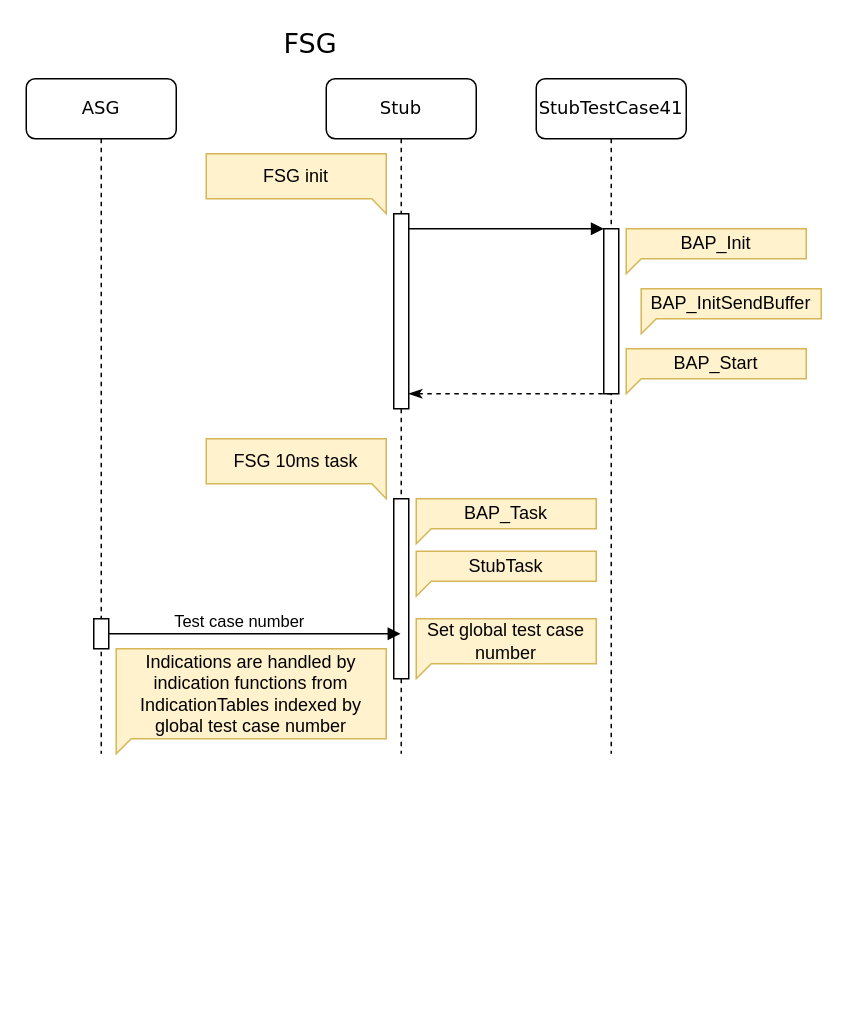
danielroehrborn/flow-design-cheatsheet keeps this draw.io diagram as ticket204newfsg.drawio. Above is the earlier version. Source tidied: cells renumbered, new cells numbered last; positions are measured from the earlier drawing's top-left corner, leaving out a move shared by most shapes. Both pictures are drawn from the tidied source at 150%, with x=0, y=0 at pixel (26, 26).
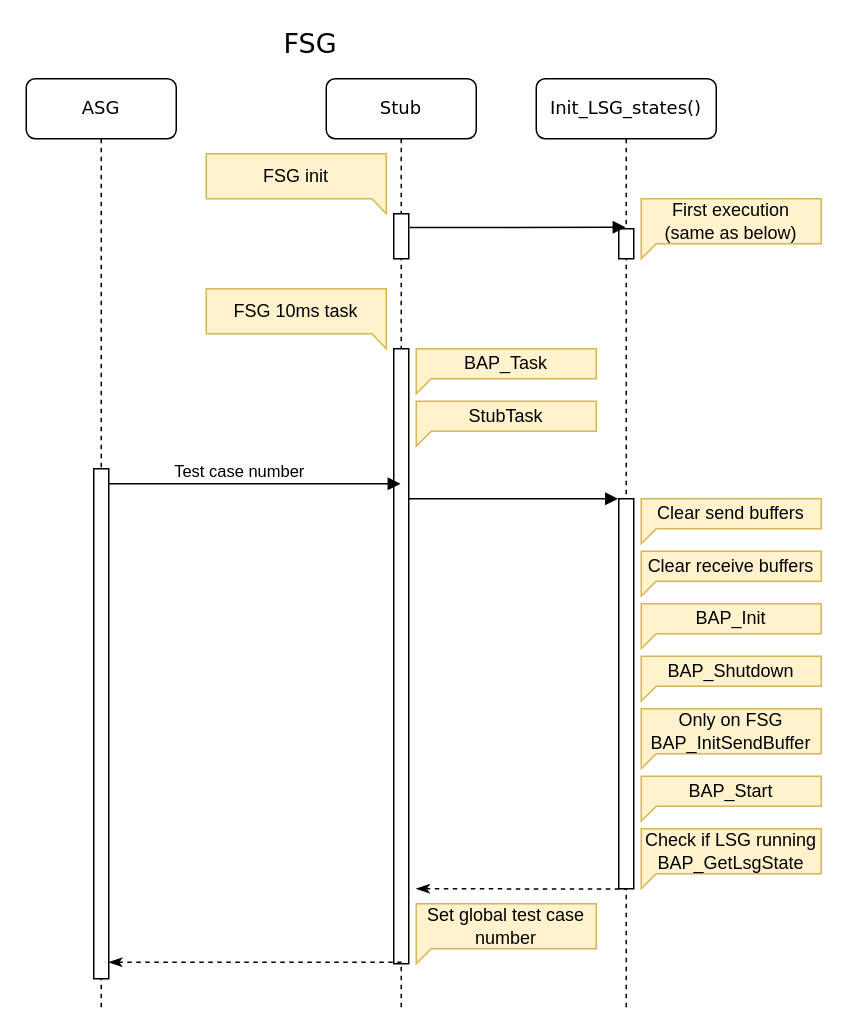
After the change.

What changed in the source:
```diff
@@
-    <mxCell id="2" value="StubTestCase41" style="shape=umlLifeline;perimeter=lifelinePerimeter;whiteSpace=wrap;html=1;outlineConnect=0;rounded=1;shadow=0;comic=0;labelBackgroundColor=none;strokeWidth=1;fontFamily=Verdana;fontSize=12;align=center;" parent="1" vertex="1">
-      <mxGeometry x="340" y="35" width="100" height="450" as="geometry" />
+    <mxCell id="2" value="Init_LSG_states()" style="shape=umlLifeline;perimeter=lifelinePerimeter;whiteSpace=wrap;html=1;outlineConnect=0;rounded=1;shadow=0;comic=0;labelBackgroundColor=none;strokeWidth=1;fontFamily=Verdana;fontSize=12;align=center;" parent="1" vertex="1">
+      <mxGeometry x="340" y="35" width="120" height="620" as="geometry" />
     </mxCell>
-    <mxCell id="3" style="html=1;perimeter=orthogonalPerimeter;rounded=0;shadow=0;comic=0;labelBackgroundColor=none;strokeWidth=1;fontFamily=Verdana;fontSize=12;align=center;" parent="2" vertex="1">
-      <mxGeometry x="45" y="100" width="10" height="110" as="geometry" />
-    </mxCell>
+    <mxCell id="23" style="html=1;perimeter=orthogonalPerimeter;rounded=0;shadow=0;comic=0;labelBackgroundColor=none;strokeWidth=1;fontFamily=Verdana;fontSize=12;align=center;" parent="2" vertex="1">
+      <mxGeometry x="55" y="280" width="10" height="260" as="geometry" />
+    </mxCell>
+    <mxCell id="24" style="html=1;perimeter=orthogonalPerimeter;rounded=0;shadow=0;comic=0;labelBackgroundColor=none;strokeWidth=1;fontFamily=Verdana;fontSize=12;align=center;" parent="2" vertex="1">
+      <mxGeometry x="55" y="100" width="10" height="20" as="geometry" />
+    </mxCell>
     <mxCell id="4" value="ASG" style="shape=umlLifeline;perimeter=lifelinePerimeter;whiteSpace=wrap;html=1;rounded=1;shadow=0;comic=0;labelBackgroundColor=none;strokeWidth=1;fontFamily=Verdana;fontSize=12;align=center;" parent="1" vertex="1">
-      <mxGeometry y="35" width="100" height="450" as="geometry" />
+      <mxGeometry y="35" width="100" height="620" as="geometry" />
     </mxCell>
     <mxCell id="5" style="html=1;points=[];perimeter=orthogonalPerimeter;rounded=0;shadow=0;comic=0;labelBackgroundColor=none;strokeWidth=1;fontFamily=Verdana;fontSize=12;align=center;" parent="4" vertex="1">
-      <mxGeometry x="45" y="360" width="10" height="20" as="geometry" />
+      <mxGeometry x="45" y="260" width="10" height="340" as="geometry" />
     </mxCell>
     <mxCell id="6" value="Stub" style="shape=umlLifeline;perimeter=lifelinePerimeter;whiteSpace=wrap;html=1;outlineConnect=0;rounded=1;shadow=0;comic=0;labelBackgroundColor=none;strokeWidth=1;fontFamily=Verdana;fontSize=12;align=center;" parent="1" vertex="1">
-      <mxGeometry x="200" y="35" width="100" height="450" as="geometry" />
+      <mxGeometry x="200" y="35" width="100" height="620" as="geometry" />
     </mxCell>
     <mxCell id="7" style="html=1;points=[];perimeter=orthogonalPerimeter;rounded=0;shadow=0;comic=0;labelBackgroundColor=none;strokeWidth=1;fontFamily=Verdana;fontSize=12;align=center;" parent="6" vertex="1">
-      <mxGeometry x="45" y="90" width="10" height="130" as="geometry" />
+      <mxGeometry x="45" y="90" width="10" height="30" as="geometry" />
     </mxCell>
     <mxCell id="8" style="html=1;points=[];perimeter=orthogonalPerimeter;rounded=0;shadow=0;comic=0;labelBackgroundColor=none;strokeWidth=1;fontFamily=Verdana;fontSize=12;align=center;" parent="6" vertex="1">
-      <mxGeometry x="45" y="280" width="10" height="120" as="geometry" />
+      <mxGeometry x="45" y="180" width="10" height="410" as="geometry" />
     </mxCell>
@@
-    <mxCell id="11" style="html=1;verticalAlign=bottom;endArrow=block;labelBackgroundColor=none;fontFamily=Verdana;fontSize=12;edgeStyle=elbowEdgeStyle;elbow=vertical;" parent="1" edge="1" source="7">
-      <mxGeometry relative="1" as="geometry">
-        <mxPoint x="385" y="135" as="targetPoint" />
-        <Array as="points">
-          <mxPoint x="275" y="135" />
-          <mxPoint x="345" y="205" />
-        </Array>
-      </mxGeometry>
-    </mxCell>
-    <mxCell id="12" value="BAP_Init" style="shape=callout;whiteSpace=wrap;html=1;perimeter=calloutPerimeter;fillColor=#fff2cc;position2=0;base=10;size=10;position=0;strokeColor=#d6b656;" parent="1" vertex="1">
-      <mxGeometry x="400" y="135" width="120" height="30" as="geometry" />
-    </mxCell>
-    <mxCell id="13" value="BAP_InitSendBuffer" style="shape=callout;whiteSpace=wrap;html=1;perimeter=calloutPerimeter;fillColor=#fff2cc;position2=0;base=10;size=10;position=0;strokeColor=#d6b656;" parent="1" vertex="1">
-      <mxGeometry x="410" y="175" width="120" height="30" as="geometry" />
-    </mxCell>
-    <mxCell id="14" value="BAP_Start" style="shape=callout;whiteSpace=wrap;html=1;perimeter=calloutPerimeter;fillColor=#fff2cc;position2=0;base=10;size=10;position=0;strokeColor=#d6b656;" parent="1" vertex="1">
-      <mxGeometry x="400" y="215" width="120" height="30" as="geometry" />
-    </mxCell>
-    <mxCell id="15" style="html=1;verticalAlign=bottom;endArrow=none;entryX=0;entryY=0;labelBackgroundColor=none;fontFamily=Verdana;fontSize=12;edgeStyle=elbowEdgeStyle;elbow=vertical;endFill=0;startArrow=classicThin;startFill=1;dashed=1;" parent="1" edge="1" source="7">
-      <mxGeometry relative="1" as="geometry">
-        <mxPoint x="390" y="245" as="targetPoint" />
-      </mxGeometry>
-    </mxCell>
     <mxCell id="16" value="FSG 10ms task" style="shape=callout;whiteSpace=wrap;html=1;perimeter=calloutPerimeter;fillColor=#fff2cc;position2=1;base=20;size=10;position=0.92;strokeColor=#d6b656;" parent="1" vertex="1">
-      <mxGeometry x="120" y="275" width="120" height="40" as="geometry" />
+      <mxGeometry x="120" y="175" width="120" height="40" as="geometry" />
     </mxCell>
     <mxCell id="17" value="BAP_Task" style="shape=callout;whiteSpace=wrap;html=1;perimeter=calloutPerimeter;fillColor=#fff2cc;position2=0;base=10;size=10;position=0;strokeColor=#d6b656;" parent="1" vertex="1">
-      <mxGeometry x="260" y="315" width="120" height="30" as="geometry" />
+      <mxGeometry x="260" y="215" width="120" height="30" as="geometry" />
     </mxCell>
     <mxCell id="18" value="StubTask" style="shape=callout;whiteSpace=wrap;html=1;perimeter=calloutPerimeter;fillColor=#fff2cc;position2=0;base=10;size=10;position=0;strokeColor=#d6b656;" parent="1" vertex="1">
-      <mxGeometry x="260" y="350" width="120" height="30" as="geometry" />
+      <mxGeometry x="260" y="250" width="120" height="30" as="geometry" />
     </mxCell>
-    <mxCell id="19" style="html=1;verticalAlign=bottom;endArrow=block;labelBackgroundColor=none;fontFamily=Verdana;fontSize=12;edgeStyle=elbowEdgeStyle;elbow=vertical;" parent="1" edge="1" source="5" target="6">
+    <mxCell id="19" style="html=1;verticalAlign=bottom;endArrow=block;labelBackgroundColor=none;fontFamily=Verdana;fontSize=12;edgeStyle=elbowEdgeStyle;elbow=vertical;" parent="1" edge="1" source="5">
       <mxGeometry relative="1" as="geometry">
+        <mxPoint x="249.5" y="305" as="targetPoint" />
         <Array as="points">
-          <mxPoint x="150" y="405" />
-          <mxPoint x="150" y="385" />
-          <mxPoint x="170" y="335" />
-          <mxPoint x="80" y="324.4" />
-          <mxPoint x="150" y="394.4" />
+          <mxPoint x="150" y="305" />
+          <mxPoint x="150" y="285" />
+          <mxPoint x="170" y="235" />
+          <mxPoint x="80" y="224.4" />
+          <mxPoint x="150" y="294.4" />
         </Array>
       </mxGeometry>
     </mxCell>
@@
     <mxCell id="21" value="Set global test case number" style="shape=callout;whiteSpace=wrap;html=1;perimeter=calloutPerimeter;fillColor=#fff2cc;position2=0;base=10;size=10;position=0;strokeColor=#d6b656;" parent="1" vertex="1">
-      <mxGeometry x="260" y="395" width="120" height="40" as="geometry" />
+      <mxGeometry x="260" y="585" width="120" height="40" as="geometry" />
     </mxCell>
-    <mxCell id="22" value="Indications are handled by indication functions from IndicationTables indexed by global test case number" style="shape=callout;whiteSpace=wrap;html=1;perimeter=calloutPerimeter;fillColor=#fff2cc;position2=0;base=10;size=10;position=0;strokeColor=#d6b656;" parent="1" vertex="1">
-      <mxGeometry x="60" y="415" width="180" height="70" as="geometry" />
-    </mxCell>
+    <mxCell id="12" value="BAP_Init" style="shape=callout;whiteSpace=wrap;html=1;perimeter=calloutPerimeter;fillColor=#fff2cc;position2=0;base=10;size=10;position=0;strokeColor=#d6b656;" parent="1" vertex="1">
+      <mxGeometry x="410" y="385" width="120" height="30" as="geometry" />
+    </mxCell>
+    <mxCell id="25" value="BAP_Shutdown" style="shape=callout;whiteSpace=wrap;html=1;perimeter=calloutPerimeter;fillColor=#fff2cc;position2=0;base=10;size=10;position=0;strokeColor=#d6b656;" parent="1" vertex="1">
+      <mxGeometry x="410" y="420" width="120" height="30" as="geometry" />
+    </mxCell>
+    <mxCell id="14" value="BAP_Start" style="shape=callout;whiteSpace=wrap;html=1;perimeter=calloutPerimeter;fillColor=#fff2cc;position2=0;base=10;size=10;position=0;strokeColor=#d6b656;" parent="1" vertex="1">
+      <mxGeometry x="410" y="500" width="120" height="30" as="geometry" />
+    </mxCell>
+    <mxCell id="26" value="Check if LSG running&lt;br&gt;BAP_GetLsgState" style="shape=callout;whiteSpace=wrap;html=1;perimeter=calloutPerimeter;fillColor=#fff2cc;position2=0;base=10;size=10;position=0;strokeColor=#d6b656;" parent="1" vertex="1">
+      <mxGeometry x="410" y="535" width="120" height="40" as="geometry" />
+    </mxCell>
+    <mxCell id="27" value="Clear send buffers" style="shape=callout;whiteSpace=wrap;html=1;perimeter=calloutPerimeter;fillColor=#fff2cc;position2=0;base=10;size=10;position=0;strokeColor=#d6b656;" parent="1" vertex="1">
+      <mxGeometry x="410" y="315" width="120" height="30" as="geometry" />
+    </mxCell>
+    <mxCell id="28" value="Clear receive buffers" style="shape=callout;whiteSpace=wrap;html=1;perimeter=calloutPerimeter;fillColor=#fff2cc;position2=0;base=10;size=10;position=0;strokeColor=#d6b656;" parent="1" vertex="1">
+      <mxGeometry x="410" y="350" width="120" height="30" as="geometry" />
+    </mxCell>
+    <mxCell id="29" value="Only on FSG&lt;br&gt;BAP_InitSendBuffer" style="shape=callout;whiteSpace=wrap;html=1;perimeter=calloutPerimeter;fillColor=#fff2cc;position2=0;base=10;size=10;position=0;strokeColor=#d6b656;" parent="1" vertex="1">
+      <mxGeometry x="410" y="455" width="120" height="40" as="geometry" />
+    </mxCell>
+    <mxCell id="30" value="First execution&lt;br&gt;(same as below)" style="shape=callout;whiteSpace=wrap;html=1;perimeter=calloutPerimeter;fillColor=#fff2cc;position2=0;base=10;size=10;position=0;strokeColor=#d6b656;" parent="1" vertex="1">
+      <mxGeometry x="410" y="115" width="120" height="40" as="geometry" />
+    </mxCell>
+    <mxCell id="31" style="html=1;verticalAlign=bottom;endArrow=block;labelBackgroundColor=none;fontFamily=Verdana;fontSize=12;edgeStyle=elbowEdgeStyle;elbow=vertical;exitX=1.062;exitY=0.306;exitDx=0;exitDy=0;exitPerimeter=0;" parent="1" edge="1" source="7" target="2">
+      <mxGeometry relative="1" as="geometry">
+        <Array as="points">
+          <mxPoint x="340" y="134" />
+          <mxPoint x="350" y="140" />
+          <mxPoint x="355" y="135" />
+          <mxPoint x="355" y="115" />
+          <mxPoint x="375" y="65" />
+          <mxPoint x="285" y="54.4" />
+          <mxPoint x="355" y="124.4" />
+        </Array>
+      </mxGeometry>
+    </mxCell>
+    <mxCell id="32" style="html=1;verticalAlign=bottom;endArrow=block;labelBackgroundColor=none;fontFamily=Verdana;fontSize=12;edgeStyle=elbowEdgeStyle;elbow=vertical;" parent="1" edge="1" source="8">
+      <mxGeometry relative="1" as="geometry">
+        <mxPoint x="394.5" y="315" as="targetPoint" />
+        <Array as="points">
+          <mxPoint x="295" y="315" />
+          <mxPoint x="295" y="295" />
+          <mxPoint x="315" y="245" />
+          <mxPoint x="225" y="234.4" />
+          <mxPoint x="295" y="304.4" />
+        </Array>
+      </mxGeometry>
+    </mxCell>
+    <mxCell id="33" style="html=1;verticalAlign=bottom;endArrow=none;labelBackgroundColor=none;fontFamily=Verdana;fontSize=12;edgeStyle=elbowEdgeStyle;elbow=vertical;endFill=0;startArrow=classicThin;startFill=1;dashed=1;entryX=1.033;entryY=0.939;entryDx=0;entryDy=0;entryPerimeter=0;" parent="1" edge="1">
+      <mxGeometry relative="1" as="geometry">
+        <mxPoint x="260" y="575" as="sourcePoint" />
+        <mxPoint x="400.3" y="575" as="targetPoint" />
+        <Array as="points">
+          <mxPoint x="355" y="575.2" />
+          <mxPoint x="325" y="569.2" />
+        </Array>
+      </mxGeometry>
+    </mxCell>
+    <mxCell id="34" style="html=1;verticalAlign=bottom;endArrow=none;labelBackgroundColor=none;fontFamily=Verdana;fontSize=12;edgeStyle=elbowEdgeStyle;elbow=vertical;endFill=0;startArrow=classicThin;startFill=1;dashed=1;entryX=1.033;entryY=0.939;entryDx=0;entryDy=0;entryPerimeter=0;" parent="1" edge="1" source="5">
+      <mxGeometry relative="1" as="geometry">
+        <mxPoint x="250.2" y="623.8" as="targetPoint" />
+        <Array as="points">
+          <mxPoint x="204.8" y="624" />
+          <mxPoint x="174.8" y="618" />
+        </Array>
+      </mxGeometry>
+    </mxCell>
```
